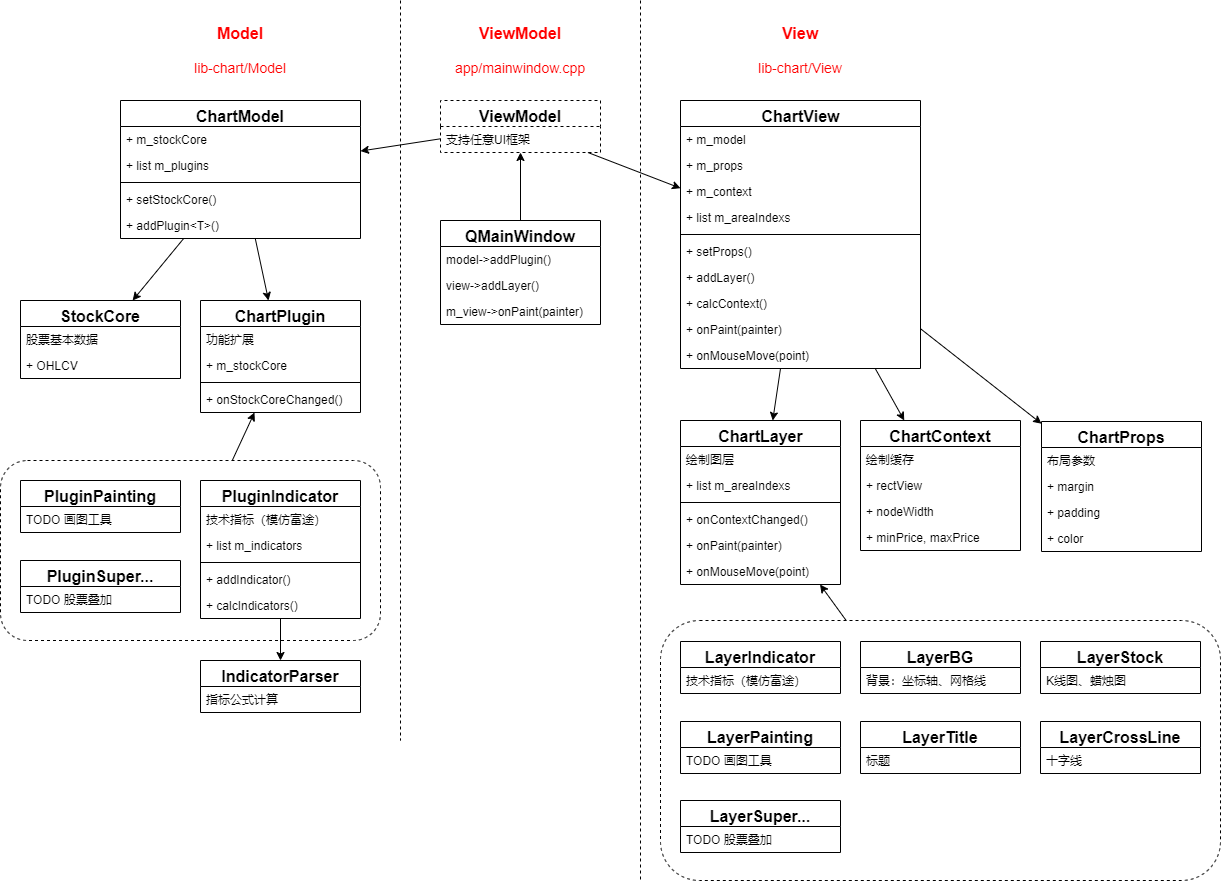
Earlier version of the draw.io export doc/architecture.png (zxffffffff/stock-charts-cpp). Source tidied: cells renumbered, new cells last; positions are measured from the earlier drawing's top-left corner, leaving out a move shared by most shapes.
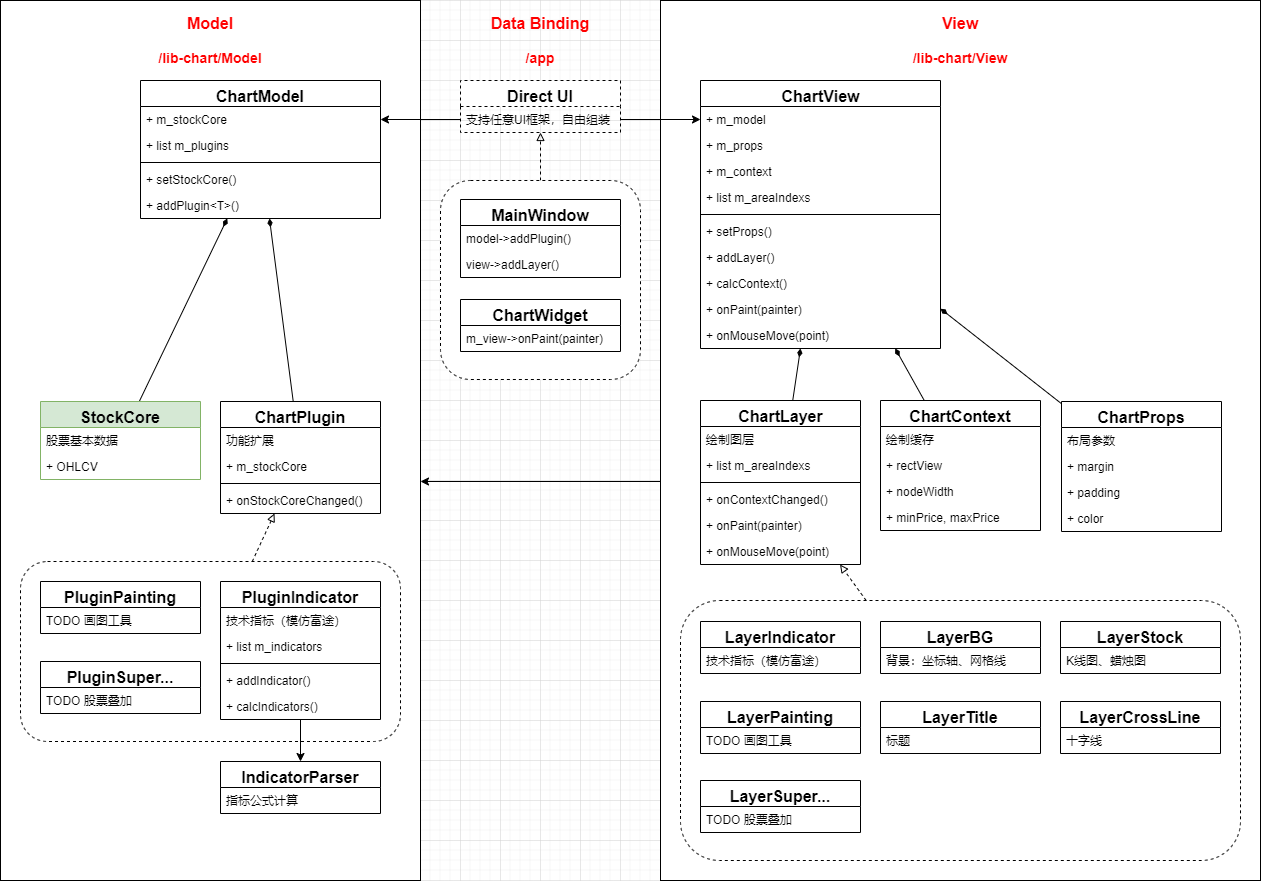
After the commit.

The edit, as a diff of the source:
```diff
@@ -2,24 +2,30 @@
   <root>
     <mxCell id="0" />
     <mxCell id="1" parent="0" />
+    <mxCell id="94" style="rounded=0;whiteSpace=wrap;html=1;glass=0;shadow=0;" parent="1" vertex="1">
+      <mxGeometry x="-20" y="20" width="420" height="880" as="geometry" />
+    </mxCell>
+    <mxCell id="95" style="rounded=0;whiteSpace=wrap;html=1;" parent="1" vertex="1">
+      <mxGeometry x="640" y="20" width="600" height="880" as="geometry" />
+    </mxCell>
+    <mxCell id="96" style="edgeStyle=none;rounded=0;jettySize=auto;html=1;endArrow=block;endFill=0;dashed=1;" parent="1" edge="1" source="97" target="25">
+      <mxGeometry relative="1" as="geometry" />
+    </mxCell>
+    <mxCell id="97" style="rounded=1;whiteSpace=wrap;html=1;labelBackgroundColor=none;dashed=1;" parent="1" vertex="1">
+      <mxGeometry x="420" y="200" width="200" height="199" as="geometry" />
+    </mxCell>
-    <mxCell id="2" style="edgeStyle=none;rounded=0;jettySize=auto;html=1;fontColor=#000000;startArrow=none;startFill=0;" parent="1" edge="1" source="3" target="65">
+    <mxCell id="2" style="edgeStyle=none;rounded=0;jettySize=auto;html=1;dashed=1;endArrow=block;endFill=0;" parent="1" edge="1" source="3" target="65">
       <mxGeometry relative="1" as="geometry" />
     </mxCell>
     <mxCell id="3" style="rounded=1;whiteSpace=wrap;html=1;labelBackgroundColor=none;fillColor=none;dashed=1;" parent="1" vertex="1">
       <mxGeometry x="660" y="620" width="560" height="260" as="geometry" />
     </mxCell>
-    <mxCell id="4" style="edgeStyle=none;rounded=0;jettySize=auto;html=1;fontColor=#000000;startArrow=none;startFill=0;" parent="1" edge="1" source="5" target="27">
+    <mxCell id="4" style="edgeStyle=none;rounded=0;jettySize=auto;html=1;endArrow=block;endFill=0;dashed=1;" parent="1" edge="1" source="5" target="27">
       <mxGeometry relative="1" as="geometry" />
     </mxCell>
     <mxCell id="5" style="rounded=1;whiteSpace=wrap;html=1;labelBackgroundColor=none;fillColor=none;dashed=1;" parent="1" vertex="1">
-      <mxGeometry y="460" width="380" height="180" as="geometry" />
+      <mxGeometry y="581" width="380" height="180" as="geometry" />
     </mxCell>
-    <mxCell id="6" style="edgeStyle=none;rounded=0;jettySize=auto;html=1;endArrow=classic;endFill=1;fontSize=16;" parent="1" edge="1" source="8" target="27">
-      <mxGeometry relative="1" as="geometry" />
-    </mxCell>
-    <mxCell id="7" style="edgeStyle=none;rounded=0;jettySize=auto;html=1;startArrow=none;startFill=0;" parent="1" edge="1" source="8" target="32">
-      <mxGeometry relative="1" as="geometry" />
-    </mxCell>
     <mxCell id="8" value="ChartModel" style="swimlane;fontStyle=1;align=center;verticalAlign=top;horizontal=1;startSize=26;fontSize=16;" parent="1" vertex="1">
       <mxGeometry x="120" y="100" width="240" height="138" as="geometry" />
     </mxCell>
@@ -38,6 +44,9 @@
     <mxCell id="13" value="+ addPlugin&lt;T&gt;()" style="text;strokeColor=none;fillColor=none;align=left;verticalAlign=top;spacingLeft=4;spacingRight=4;overflow=hidden;" parent="8" vertex="1">
       <mxGeometry y="112" width="240" height="26" as="geometry" />
     </mxCell>
+    <mxCell id="98" style="edgeStyle=none;rounded=0;jettySize=auto;html=1;endArrow=diamondThin;endFill=1;" parent="1" edge="1" source="14" target="38">
+      <mxGeometry relative="1" as="geometry" />
+    </mxCell>
     <mxCell id="14" value="ChartContext" style="swimlane;fontStyle=1;align=center;verticalAlign=top;horizontal=1;startSize=26;fontSize=16;" parent="1" vertex="1">
       <mxGeometry x="860" y="420" width="160" height="130" as="geometry" />
     </mxCell>
@@ -53,6 +62,9 @@
     <mxCell id="18" value="+ minPrice, maxPrice" style="text;strokeColor=none;fillColor=none;align=left;verticalAlign=top;spacingLeft=4;spacingRight=4;overflow=hidden;" parent="14" vertex="1">
       <mxGeometry y="104" width="160" height="26" as="geometry" />
     </mxCell>
+    <mxCell id="99" style="edgeStyle=none;rounded=0;jettySize=auto;html=1;endArrow=diamondThin;endFill=1;" parent="1" edge="1" source="19" target="38">
+      <mxGeometry relative="1" as="geometry" />
+    </mxCell>
     <mxCell id="19" value="ChartProps" style="swimlane;fontStyle=1;align=center;verticalAlign=top;horizontal=1;startSize=26;fontSize=16;" parent="1" vertex="1">
       <mxGeometry x="1041" y="421" width="160" height="130" as="geometry" />
     </mxCell>
@@ -68,17 +80,17 @@
     <mxCell id="23" value="+ color" style="text;strokeColor=none;fillColor=none;align=left;verticalAlign=top;spacingLeft=4;spacingRight=4;overflow=hidden;" parent="19" vertex="1">
       <mxGeometry y="104" width="160" height="26" as="geometry" />
     </mxCell>
-    <mxCell id="24" style="edgeStyle=none;rounded=0;jettySize=auto;html=1;endArrow=classic;endFill=1;fontSize=16;" parent="1" edge="1" source="25" target="8">
-      <mxGeometry relative="1" as="geometry" />
-    </mxCell>
-    <mxCell id="25" value="ViewModel" style="swimlane;fontStyle=1;align=center;verticalAlign=top;horizontal=1;startSize=26;fontSize=16;dashed=1;" parent="1" vertex="1">
+    <mxCell id="25" value="Direct UI" style="swimlane;fontStyle=1;align=center;verticalAlign=top;horizontal=1;startSize=26;fontSize=16;dashed=1;" parent="1" vertex="1">
       <mxGeometry x="440" y="100" width="160" height="52" as="geometry" />
     </mxCell>
-    <mxCell id="26" value="支持任意UI框架" style="text;strokeColor=none;fillColor=none;align=left;verticalAlign=top;spacingLeft=4;spacingRight=4;overflow=hidden;points=[[0,0.5],[1,0.5]];portConstraint=eastwest;" parent="25" vertex="1">
+    <mxCell id="26" value="支持任意UI框架，自由组装" style="text;strokeColor=none;fillColor=none;align=left;verticalAlign=top;spacingLeft=4;spacingRight=4;overflow=hidden;points=[[0,0.5],[1,0.5]];portConstraint=eastwest;" parent="25" vertex="1">
       <mxGeometry y="26" width="160" height="26" as="geometry" />
     </mxCell>
+    <mxCell id="100" style="edgeStyle=none;rounded=0;jettySize=auto;html=1;endArrow=diamondThin;endFill=1;" parent="1" edge="1" source="27" target="8">
+      <mxGeometry relative="1" as="geometry" />
+    </mxCell>
     <mxCell id="27" value="ChartPlugin" style="swimlane;fontStyle=1;align=center;verticalAlign=top;horizontal=1;startSize=26;fontSize=16;" parent="1" vertex="1">
-      <mxGeometry x="200" y="300" width="160" height="112" as="geometry" />
+      <mxGeometry x="200" y="421" width="160" height="112" as="geometry" />
     </mxCell>
     <mxCell id="28" value="功能扩展" style="text;strokeColor=none;fillColor=none;align=left;verticalAlign=top;spacingLeft=4;spacingRight=4;overflow=hidden;" parent="27" vertex="1">
       <mxGeometry y="26" width="160" height="26" as="geometry" />
@@ -86,14 +98,23 @@
     <mxCell id="29" value="+ m_stockCore" style="text;strokeColor=none;fillColor=none;align=left;verticalAlign=top;spacingLeft=4;spacingRight=4;overflow=hidden;" parent="27" vertex="1">
       <mxGeometry y="52" width="160" height="26" as="geometry" />
     </mxCell>
+    <mxCell id="101" style="endArrow=classic;html=1;rounded=0;" parent="27" edge="1">
+      <mxGeometry relative="1" as="geometry">
+        <mxPoint x="440" y="80" as="sourcePoint" />
+        <mxPoint x="200" y="80" as="targetPoint" />
+      </mxGeometry>
+    </mxCell>
     <mxCell id="30" style="line;strokeWidth=1;fillColor=none;align=left;verticalAlign=middle;spacingTop=-1;spacingLeft=3;spacingRight=3;labelPosition=right;" parent="27" vertex="1">
       <mxGeometry y="78" width="160" height="8" as="geometry" />
     </mxCell>
     <mxCell id="31" value="+ onStockCoreChanged()" style="text;strokeColor=none;fillColor=none;align=left;verticalAlign=top;spacingLeft=4;spacingRight=4;overflow=hidden;" parent="27" vertex="1">
       <mxGeometry y="86" width="160" height="26" as="geometry" />
     </mxCell>
+    <mxCell id="102" style="edgeStyle=none;rounded=0;jettySize=auto;html=1;endArrow=diamondThin;endFill=1;" parent="1" edge="1" source="32" target="8">
+      <mxGeometry relative="1" as="geometry" />
+    </mxCell>
-    <mxCell id="32" value="StockCore" style="swimlane;fontStyle=1;align=center;verticalAlign=top;horizontal=1;startSize=26;fontSize=16;" parent="1" vertex="1">
-      <mxGeometry x="20" y="300" width="160" height="78" as="geometry" />
+    <mxCell id="32" value="StockCore" style="swimlane;fontStyle=1;align=center;verticalAlign=top;horizontal=1;startSize=26;fontSize=16;fillColor=#d5e8d4;strokeColor=#82b366;" parent="1" vertex="1">
+      <mxGeometry x="20" y="421" width="160" height="78" as="geometry" />
     </mxCell>
     <mxCell id="33" value="股票基本数据" style="text;strokeColor=none;fillColor=none;align=left;verticalAlign=top;spacingLeft=4;spacingRight=4;overflow=hidden;" parent="32" vertex="1">
       <mxGeometry y="26" width="160" height="26" as="geometry" />
@@ -101,15 +122,6 @@
     <mxCell id="34" value="+ OHLCV" style="text;strokeColor=none;fillColor=none;align=left;verticalAlign=top;spacingLeft=4;spacingRight=4;overflow=hidden;" parent="32" vertex="1">
       <mxGeometry y="52" width="160" height="26" as="geometry" />
     </mxCell>
-    <mxCell id="35" style="edgeStyle=none;rounded=0;jettySize=auto;html=1;startArrow=none;startFill=0;" parent="1" edge="1" source="38" target="14">
-      <mxGeometry relative="1" as="geometry" />
-    </mxCell>
-    <mxCell id="36" style="edgeStyle=none;rounded=0;jettySize=auto;html=1;startArrow=none;startFill=0;" parent="1" edge="1" source="38" target="19">
-      <mxGeometry relative="1" as="geometry" />
-    </mxCell>
-    <mxCell id="37" style="edgeStyle=none;rounded=0;jettySize=auto;html=1;startArrow=none;startFill=0;" parent="1" edge="1" source="38" target="65">
-      <mxGeometry relative="1" as="geometry" />
-    </mxCell>
     <mxCell id="38" value="ChartView" style="swimlane;fontStyle=1;align=center;verticalAlign=top;horizontal=1;startSize=26;fontSize=16;html=1;" parent="1" vertex="1">
       <mxGeometry x="680" y="100" width="240" height="268" as="geometry" />
     </mxCell>
@@ -143,14 +155,11 @@
     <mxCell id="48" value="+ onMouseMove(point)" style="text;strokeColor=none;fillColor=none;align=left;verticalAlign=top;spacingLeft=4;spacingRight=4;overflow=hidden;" parent="38" vertex="1">
       <mxGeometry y="242" width="240" height="26" as="geometry" />
     </mxCell>
-    <mxCell id="49" style="edgeStyle=none;rounded=0;jettySize=auto;html=1;" parent="1" edge="1" source="25" target="38">
-      <mxGeometry relative="1" as="geometry" />
-    </mxCell>
     <mxCell id="50" style="edgeStyle=none;rounded=0;jettySize=auto;html=1;fontColor=#000000;startArrow=none;startFill=0;" parent="1" edge="1" source="51" target="63">
       <mxGeometry relative="1" as="geometry" />
     </mxCell>
     <mxCell id="51" value="PluginIndicator" style="swimlane;fontStyle=1;align=center;verticalAlign=top;horizontal=1;startSize=26;fontSize=16;" parent="1" vertex="1">
-      <mxGeometry x="200" y="480" width="160" height="138" as="geometry" />
+      <mxGeometry x="200" y="601" width="160" height="138" as="geometry" />
     </mxCell>
     <mxCell id="52" value="技术指标（模仿富途）" style="text;strokeColor=none;fillColor=none;align=left;verticalAlign=top;spacingLeft=4;spacingRight=4;overflow=hidden;" parent="51" vertex="1">
       <mxGeometry y="26" width="160" height="26" as="geometry" />
@@ -168,35 +177,26 @@
       <mxGeometry y="112" width="160" height="26" as="geometry" />
     </mxCell>
     <mxCell id="57" value="PluginPainting" style="swimlane;fontStyle=1;align=center;verticalAlign=top;horizontal=1;startSize=26;fontSize=16;" parent="1" vertex="1">
-      <mxGeometry x="20" y="480" width="160" height="52" as="geometry" />
+      <mxGeometry x="20" y="601" width="160" height="52" as="geometry" />
     </mxCell>
     <mxCell id="58" value="TODO 画图工具" style="text;strokeColor=none;fillColor=none;align=left;verticalAlign=top;spacingLeft=4;spacingRight=4;overflow=hidden;" parent="57" vertex="1">
       <mxGeometry y="26" width="160" height="26" as="geometry" />
     </mxCell>
     <mxCell id="59" value="PluginSuper..." style="swimlane;fontStyle=1;align=center;verticalAlign=top;horizontal=1;startSize=26;fontSize=16;" parent="1" vertex="1">
-      <mxGeometry x="20" y="560" width="160" height="52" as="geometry" />
+      <mxGeometry x="20" y="681" width="160" height="52" as="geometry" />
     </mxCell>
     <mxCell id="60" value="TODO 股票叠加" style="text;strokeColor=none;fillColor=none;align=left;verticalAlign=top;spacingLeft=4;spacingRight=4;overflow=hidden;" parent="59" vertex="1">
       <mxGeometry y="26" width="160" height="26" as="geometry" />
     </mxCell>
-    <mxCell id="61" style="endArrow=none;dashed=1;html=1;rounded=0;fontColor=#000000;" parent="1" edge="1">
-      <mxGeometry relative="1" as="geometry">
-        <mxPoint x="400" as="sourcePoint" />
-        <mxPoint x="400" y="740" as="targetPoint" />
-      </mxGeometry>
-    </mxCell>
-    <mxCell id="62" style="endArrow=none;dashed=1;html=1;rounded=0;fontColor=#000000;" parent="1" edge="1">
-      <mxGeometry relative="1" as="geometry">
-        <mxPoint x="640" as="sourcePoint" />
-        <mxPoint x="640" y="880" as="targetPoint" />
-      </mxGeometry>
-    </mxCell>
     <mxCell id="63" value="IndicatorParser" style="swimlane;fontStyle=1;align=center;verticalAlign=top;horizontal=1;startSize=26;fontSize=16;" parent="1" vertex="1">
-      <mxGeometry x="200" y="660" width="160" height="52" as="geometry" />
+      <mxGeometry x="200" y="781" width="160" height="52" as="geometry" />
     </mxCell>
     <mxCell id="64" value="指标公式计算" style="text;strokeColor=none;fillColor=none;align=left;verticalAlign=top;spacingLeft=4;spacingRight=4;overflow=hidden;" parent="63" vertex="1">
       <mxGeometry y="26" width="160" height="26" as="geometry" />
     </mxCell>
+    <mxCell id="103" style="edgeStyle=none;rounded=0;jettySize=auto;html=1;endArrow=diamondThin;endFill=1;" parent="1" edge="1" source="65" target="38">
+      <mxGeometry relative="1" as="geometry" />
+    </mxCell>
     <mxCell id="65" value="ChartLayer" style="swimlane;fontStyle=1;align=center;verticalAlign=top;horizontal=1;startSize=26;fontSize=16;html=1;" parent="1" vertex="1">
       <mxGeometry x="680" y="420" width="160" height="164" as="geometry" />
     </mxCell>
@@ -260,20 +260,17 @@
     <mxCell id="85" value="标题" style="text;strokeColor=none;fillColor=none;align=left;verticalAlign=top;spacingLeft=4;spacingRight=4;overflow=hidden;" parent="84" vertex="1">
       <mxGeometry y="26" width="160" height="26" as="geometry" />
     </mxCell>
-    <mxCell id="86" value="&lt;font style=&quot;font-size: 16px;&quot;&gt;Model&lt;/font&gt;&lt;br&gt;&lt;br&gt;&lt;span style=&quot;font-weight: normal;&quot;&gt;lib-chart/Model&lt;/span&gt;" style="text;html=1;strokeColor=none;fillColor=none;align=center;verticalAlign=middle;whiteSpace=wrap;rounded=0;fontColor=#FF0000;fontSize=14;fontStyle=1;" parent="1" vertex="1">
-      <mxGeometry x="160" y="20" width="160" height="60" as="geometry" />
+    <mxCell id="86" value="&lt;font style=&quot;font-size: 16px;&quot;&gt;Model&lt;/font&gt;&lt;br&gt;&lt;br&gt;/lib-chart/Model" style="text;html=1;strokeColor=none;fillColor=none;align=center;verticalAlign=middle;whiteSpace=wrap;rounded=0;fontColor=#FF0000;fontSize=14;fontStyle=1;" parent="1" vertex="1">
+      <mxGeometry x="-20" y="20" width="420" height="80" as="geometry" />
     </mxCell>
-    <mxCell id="87" value="&lt;font style=&quot;font-size: 16px;&quot;&gt;View&lt;/font&gt;&lt;br&gt;&lt;br&gt;&lt;span style=&quot;font-weight: normal;&quot;&gt;lib-chart/View&lt;/span&gt;" style="text;html=1;strokeColor=none;fillColor=none;align=center;verticalAlign=middle;whiteSpace=wrap;rounded=0;fontColor=#FF0000;fontSize=14;fontStyle=1;" parent="1" vertex="1">
-      <mxGeometry x="720" y="20" width="160" height="60" as="geometry" />
+    <mxCell id="87" value="&lt;font style=&quot;font-size: 16px;&quot;&gt;View&lt;/font&gt;&lt;br&gt;&lt;br&gt;/lib-chart/View" style="text;html=1;strokeColor=none;fillColor=none;align=center;verticalAlign=middle;whiteSpace=wrap;rounded=0;fontColor=#FF0000;fontSize=14;fontStyle=1;" parent="1" vertex="1">
+      <mxGeometry x="640" y="20" width="600" height="80" as="geometry" />
     </mxCell>
-    <mxCell id="88" value="&lt;font style=&quot;font-size: 16px;&quot;&gt;ViewModel&lt;/font&gt;&lt;br&gt;&lt;br&gt;&lt;span style=&quot;font-weight: normal;&quot;&gt;app/mainwindow.cpp&lt;/span&gt;" style="text;html=1;strokeColor=none;fillColor=none;align=center;verticalAlign=middle;whiteSpace=wrap;rounded=0;fontColor=#FF0000;fontSize=14;fontStyle=1;" parent="1" vertex="1">
-      <mxGeometry x="440" y="20" width="160" height="60" as="geometry" />
+    <mxCell id="88" value="&lt;span style=&quot;font-size: 16px;&quot;&gt;Data Binding&lt;/span&gt;&lt;br&gt;&lt;br&gt;/app" style="text;html=1;strokeColor=none;fillColor=none;align=center;verticalAlign=middle;whiteSpace=wrap;rounded=0;fontColor=#FF0000;fontSize=14;fontStyle=1;" parent="1" vertex="1">
+      <mxGeometry x="400" y="20" width="240" height="80" as="geometry" />
     </mxCell>
-    <mxCell id="89" style="edgeStyle=none;rounded=0;jettySize=auto;html=1;fontSize=14;fontColor=#FF0000;startArrow=none;startFill=0;" parent="1" edge="1" source="90" target="25">
-      <mxGeometry relative="1" as="geometry" />
-    </mxCell>
-    <mxCell id="90" value="QMainWindow" style="swimlane;fontStyle=1;align=center;verticalAlign=top;horizontal=1;startSize=26;fontSize=16;" parent="1" vertex="1">
-      <mxGeometry x="440" y="220" width="160" height="104" as="geometry" />
+    <mxCell id="90" value="MainWindow" style="swimlane;fontStyle=1;align=center;verticalAlign=top;horizontal=1;startSize=26;fontSize=16;" parent="1" vertex="1">
+      <mxGeometry x="440" y="219" width="160" height="78" as="geometry" />
     </mxCell>
     <mxCell id="91" value="model-&gt;addPlugin()" style="text;strokeColor=none;fillColor=none;align=left;verticalAlign=top;spacingLeft=4;spacingRight=4;overflow=hidden;" parent="90" vertex="1">
       <mxGeometry y="26" width="160" height="26" as="geometry" />
@@ -281,8 +278,17 @@
     <mxCell id="92" value="view-&gt;addLayer()" style="text;strokeColor=none;fillColor=none;align=left;verticalAlign=top;spacingLeft=4;spacingRight=4;overflow=hidden;" parent="90" vertex="1">
       <mxGeometry y="52" width="160" height="26" as="geometry" />
     </mxCell>
+    <mxCell id="104" value="ChartWidget" style="swimlane;fontStyle=1;align=center;verticalAlign=top;horizontal=1;startSize=26;fontSize=16;" parent="1" vertex="1">
+      <mxGeometry x="440" y="319" width="160" height="52" as="geometry" />
+    </mxCell>
-    <mxCell id="93" value="m_view-&gt;onPaint(painter)" style="text;strokeColor=none;fillColor=none;align=left;verticalAlign=top;spacingLeft=4;spacingRight=4;overflow=hidden;" parent="90" vertex="1">
-      <mxGeometry y="78" width="160" height="26" as="geometry" />
+    <mxCell id="93" value="m_view-&gt;onPaint(painter)" style="text;strokeColor=none;fillColor=none;align=left;verticalAlign=top;spacingLeft=4;spacingRight=4;overflow=hidden;" parent="104" vertex="1">
+      <mxGeometry y="26" width="160" height="26" as="geometry" />
     </mxCell>
+    <mxCell id="105" style="edgeStyle=none;rounded=0;jettySize=auto;html=1;exitX=0;exitY=0.5;exitDx=0;exitDy=0;entryX=1;entryY=0.5;entryDx=0;entryDy=0;endArrow=classic;endFill=1;" parent="1" edge="1" source="26" target="9">
+      <mxGeometry relative="1" as="geometry" />
+    </mxCell>
+    <mxCell id="106" style="edgeStyle=none;rounded=0;jettySize=auto;html=1;exitX=1;exitY=0.5;exitDx=0;exitDy=0;entryX=0;entryY=0.5;entryDx=0;entryDy=0;endArrow=classic;endFill=1;" parent="1" edge="1" source="26" target="39">
+      <mxGeometry relative="1" as="geometry" />
+    </mxCell>
   </root>
 </mxGraphModel>
```
